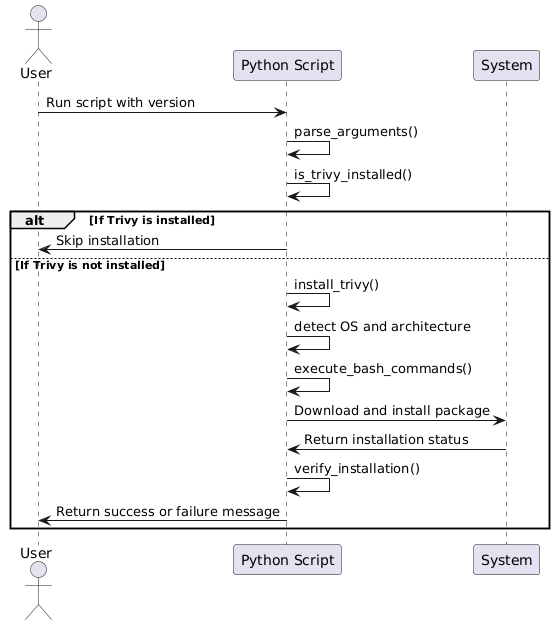
The PlantUML diagram sequence_diag.png in cocobryan91/demo, before a commit.
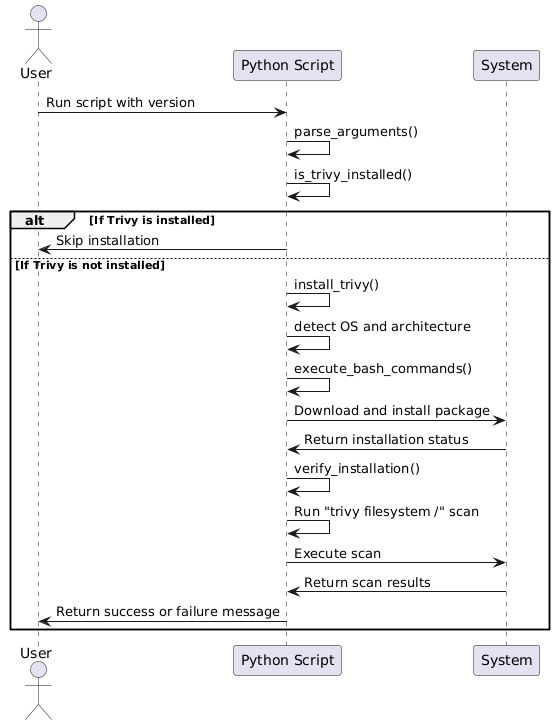
Later version of the same file.

Commit message:
fixed verification added run scan updated seq diag

The edit, as a diff of the source:
```diff
@@ -15,6 +15,9 @@
     Script -> Sys: Download and install package
     Sys -> Script: Return installation status
     Script -> Script: verify_installation()
+    Script -> Script: Run "trivy filesystem /" scan
+    Script -> Sys: Execute scan
+    Sys -> Script: Return scan results
     Script -> User: Return success or failure message
 end
 @enduml
```
